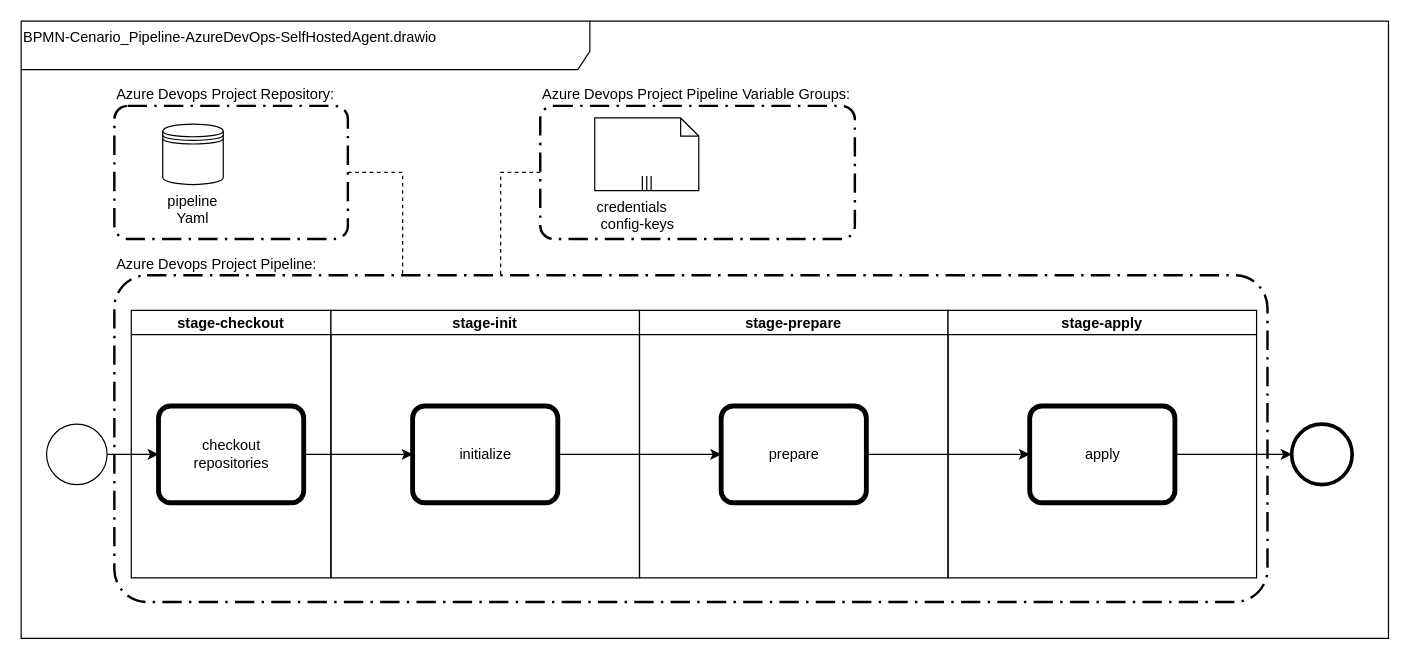
This is md/bpmn-diagrams/BPMN-Cenario_Pipeline-AzureDevOps-SelfHostedAgent-CD-sqlserver-migrations.drawio from josemarsilva/devops-labs, a draw.io file, before an edit. Source tidied: cells renumbered, new cells numbered last; positions are measured from the earlier drawing's top-left corner, leaving out a move shared by most shapes. Both pictures are drawn from the tidied source at 121%, with x=0, y=0 at pixel (21, 21).
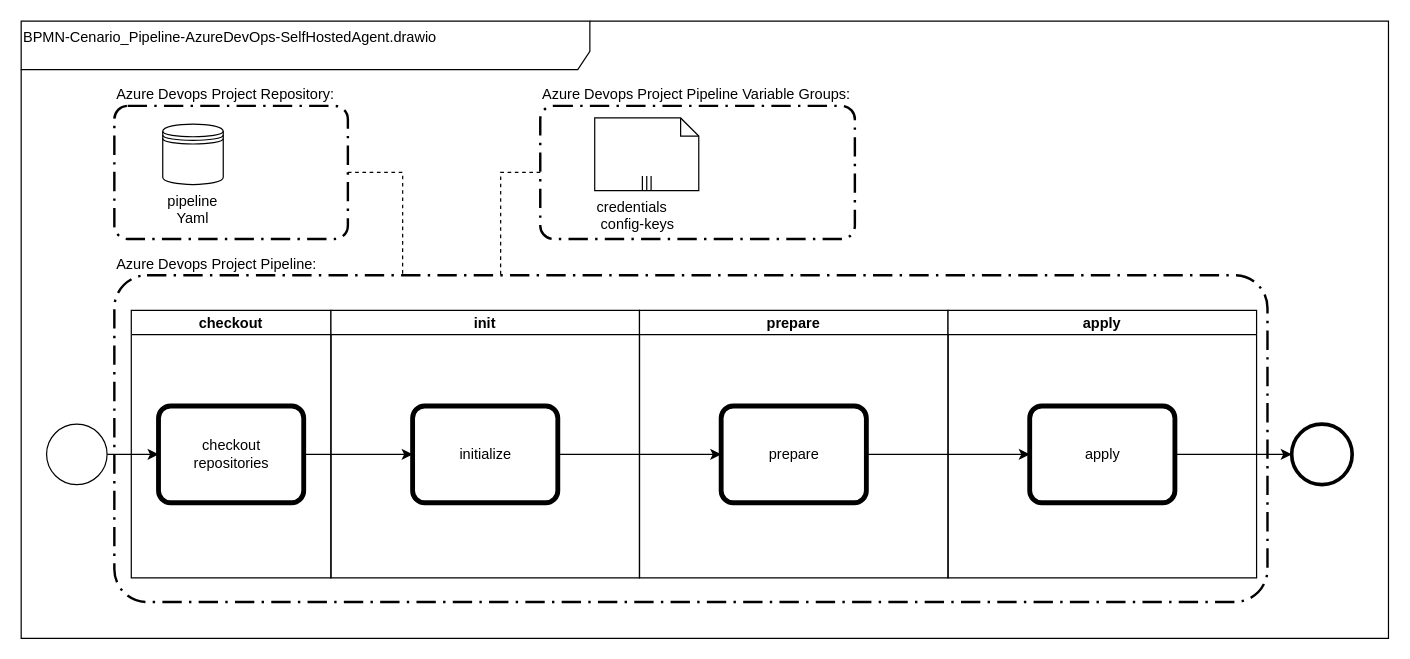
The same page after the edit.

The edit, as a diff of the source:
```diff
@@
-    <mxCell id="8" value="stage-checkout" style="swimlane;startSize=20;" parent="1" vertex="1">
+    <mxCell id="8" value="checkout" style="swimlane;startSize=20;" parent="1" vertex="1">
       <mxGeometry x="91" y="239" width="165" height="221" as="geometry" />
     </mxCell>
@@
-    <mxCell id="12" value="stage-init" style="swimlane;startSize=20;" parent="1" vertex="1">
+    <mxCell id="12" value="init" style="swimlane;startSize=20;" parent="1" vertex="1">
       <mxGeometry x="256" y="239" width="255" height="221" as="geometry" />
     </mxCell>
@@
-    <mxCell id="19" value="stage-prepare" style="swimlane;startSize=20;" parent="1" vertex="1">
+    <mxCell id="19" value="prepare" style="swimlane;startSize=20;" parent="1" vertex="1">
       <mxGeometry x="511" y="239" width="255" height="221" as="geometry" />
     </mxCell>
@@
-    <mxCell id="22" value="stage-apply" style="swimlane;startSize=20;" parent="1" vertex="1">
+    <mxCell id="22" value="apply" style="swimlane;startSize=20;" parent="1" vertex="1">
       <mxGeometry x="766" y="239" width="255" height="221" as="geometry" />
     </mxCell>
```
